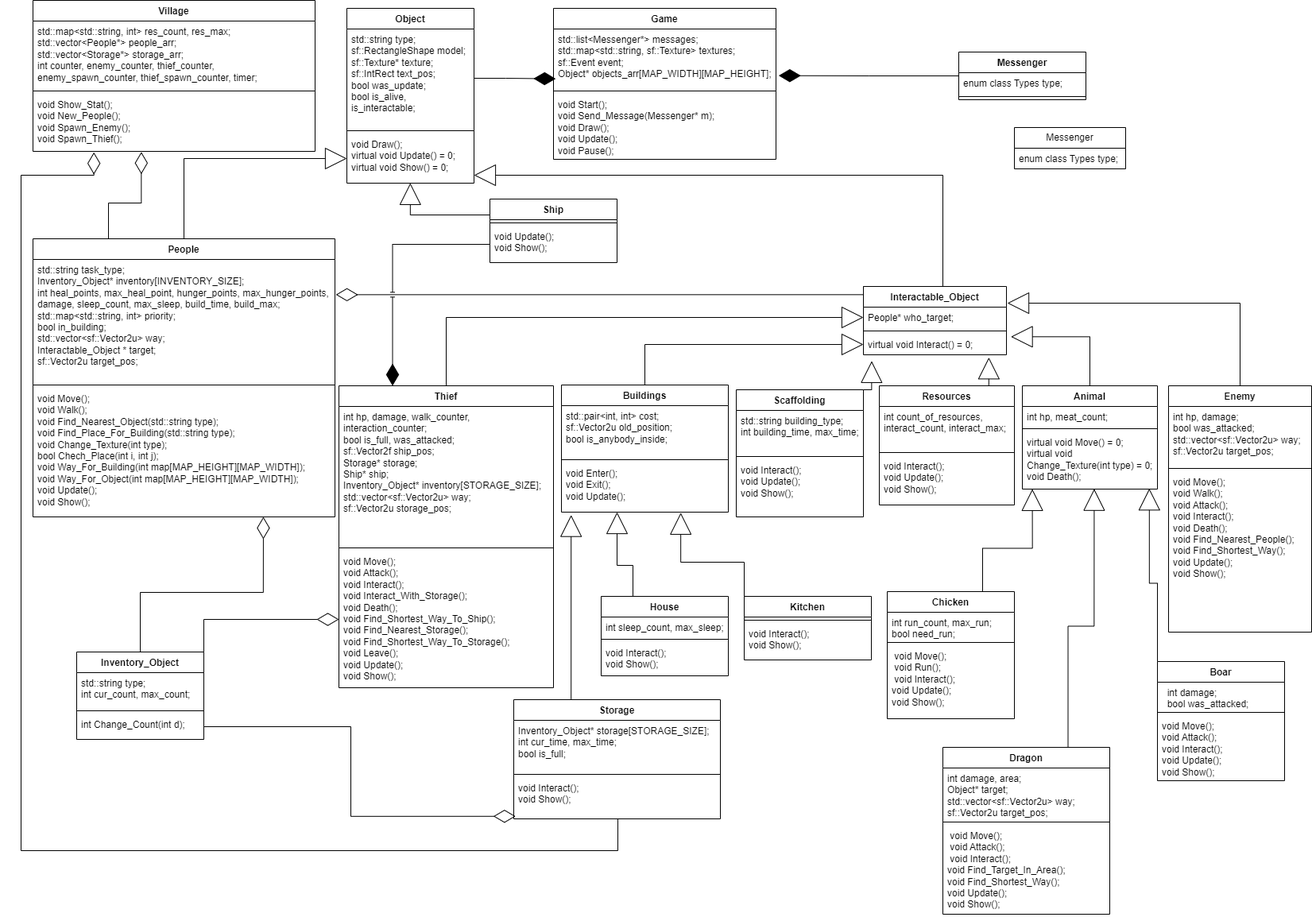
This is diagram.drawio.png from Darber32/Colony-Simulation, a draw.io export, as it was before one commit. Source tidied: cells renumbered, new cells last; positions are measured from the earlier drawing's top-left corner, leaving out a move shared by most shapes.
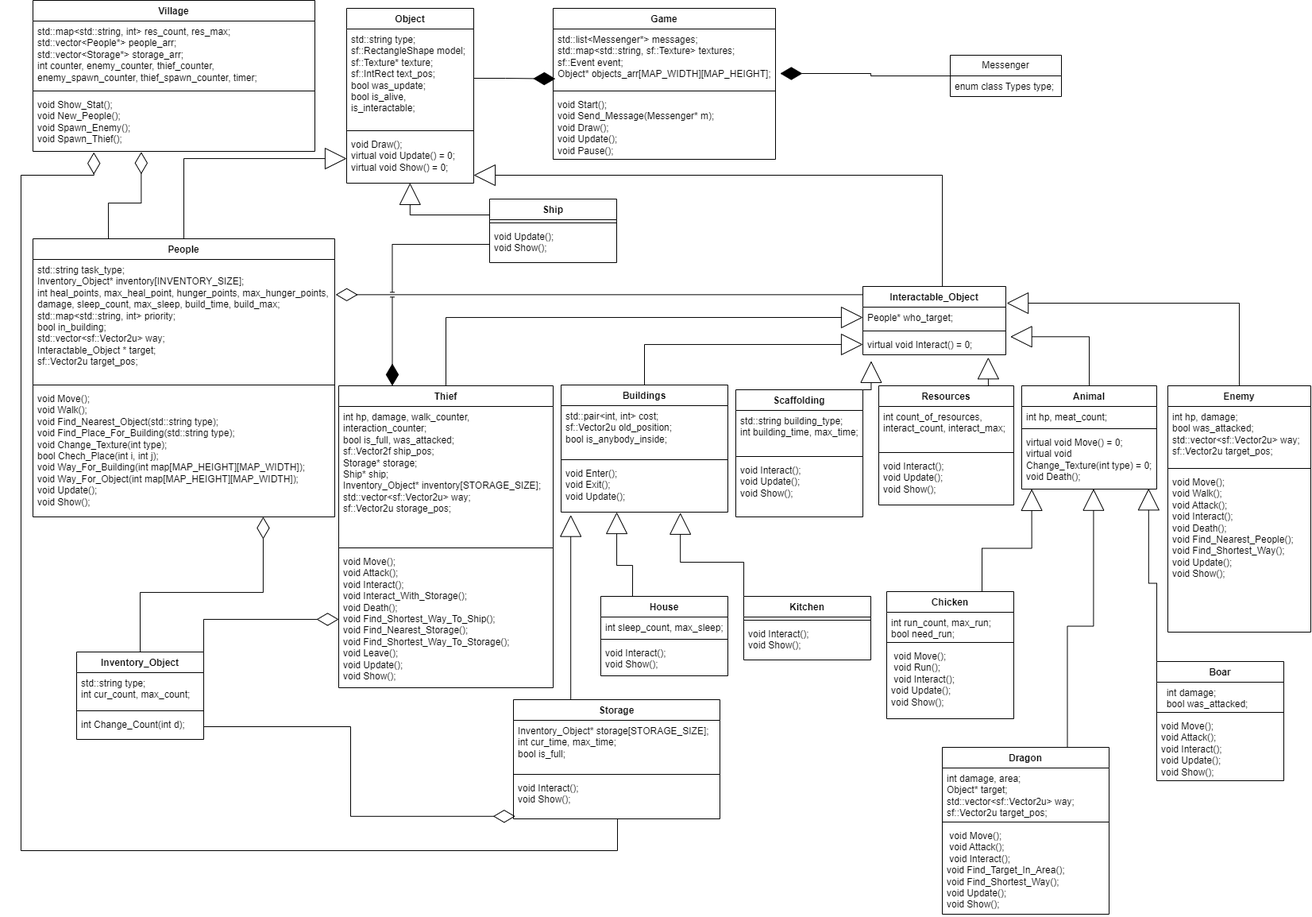
After the commit.

What changed in the source:
```diff
@@ -319,23 +319,14 @@
     <mxCell id="98" value="&lt;div&gt;&amp;nbsp;void Move();&lt;/div&gt;&lt;div&gt;&amp;nbsp;void Attack();&lt;/div&gt;&lt;div&gt;&amp;nbsp;void Interact();&lt;/div&gt;&lt;div&gt;&lt;div&gt;void Find_Target_In_Area();&lt;/div&gt;&lt;div&gt;void Find_Shortest_Way();&lt;/div&gt;&lt;/div&gt;&lt;div&gt;&lt;div&gt;void Update();&lt;/div&gt;&lt;div&gt;void Show();&lt;/div&gt;&lt;/div&gt;" style="text;strokeColor=none;fillColor=none;align=left;verticalAlign=top;spacingLeft=4;spacingRight=4;overflow=hidden;whiteSpace=wrap;html=1;" parent="95" vertex="1">
       <mxGeometry y="98" width="210" height="112" as="geometry" />
     </mxCell>
-    <mxCell id="99" value="Messenger" style="swimlane;fontStyle=1;align=center;verticalAlign=top;horizontal=1;startSize=26;whiteSpace=wrap;html=1;" parent="1" vertex="1">
-      <mxGeometry x="1180" y="65" width="160" height="60" as="geometry" />
-    </mxCell>
-    <mxCell id="100" value="enum class Types type;" style="text;strokeColor=none;fillColor=none;align=left;verticalAlign=top;spacingLeft=4;spacingRight=4;overflow=hidden;whiteSpace=wrap;html=1;" parent="99" vertex="1">
-      <mxGeometry y="26" width="160" height="26" as="geometry" />
-    </mxCell>
-    <mxCell id="101" style="line;strokeWidth=1;fillColor=none;align=left;verticalAlign=middle;spacingTop=-1;spacingLeft=3;spacingRight=3;labelPosition=right;strokeColor=inherit;" parent="99" vertex="1">
-      <mxGeometry y="52" width="160" height="8" as="geometry" />
-    </mxCell>
-    <mxCell id="102" style="edgeStyle=orthogonalEdgeStyle;rounded=0;jettySize=auto;html=1;entryX=1.012;entryY=0.793;entryDx=0;entryDy=0;entryPerimeter=0;endArrow=diamondThin;endFill=1;endSize=25;" parent="1" edge="1" source="99" target="3">
-      <mxGeometry relative="1" as="geometry" />
-    </mxCell>
     <mxCell id="103" value="Messenger" style="swimlane;fontStyle=0;horizontal=1;startSize=26;fillColor=none;whiteSpace=wrap;html=1;" parent="1" vertex="1">
-      <mxGeometry x="1250" y="160" width="140" height="52" as="geometry" />
+      <mxGeometry x="1170" y="69" width="140" height="52" as="geometry" />
     </mxCell>
     <mxCell id="104" value="enum class Types type;" style="text;strokeColor=none;fillColor=none;align=left;verticalAlign=top;spacingLeft=4;spacingRight=4;overflow=hidden;whiteSpace=wrap;html=1;" parent="103" vertex="1">
       <mxGeometry y="26" width="140" height="26" as="geometry" />
     </mxCell>
+    <mxCell id="105" style="edgeStyle=orthogonalEdgeStyle;rounded=0;jettySize=auto;html=1;entryX=1.021;entryY=0.757;entryDx=0;entryDy=0;entryPerimeter=0;endArrow=diamondThin;endFill=1;endSize=25;" parent="1" edge="1" source="103" target="3">
+      <mxGeometry relative="1" as="geometry" />
+    </mxCell>
   </root>
 </mxGraphModel>
```
